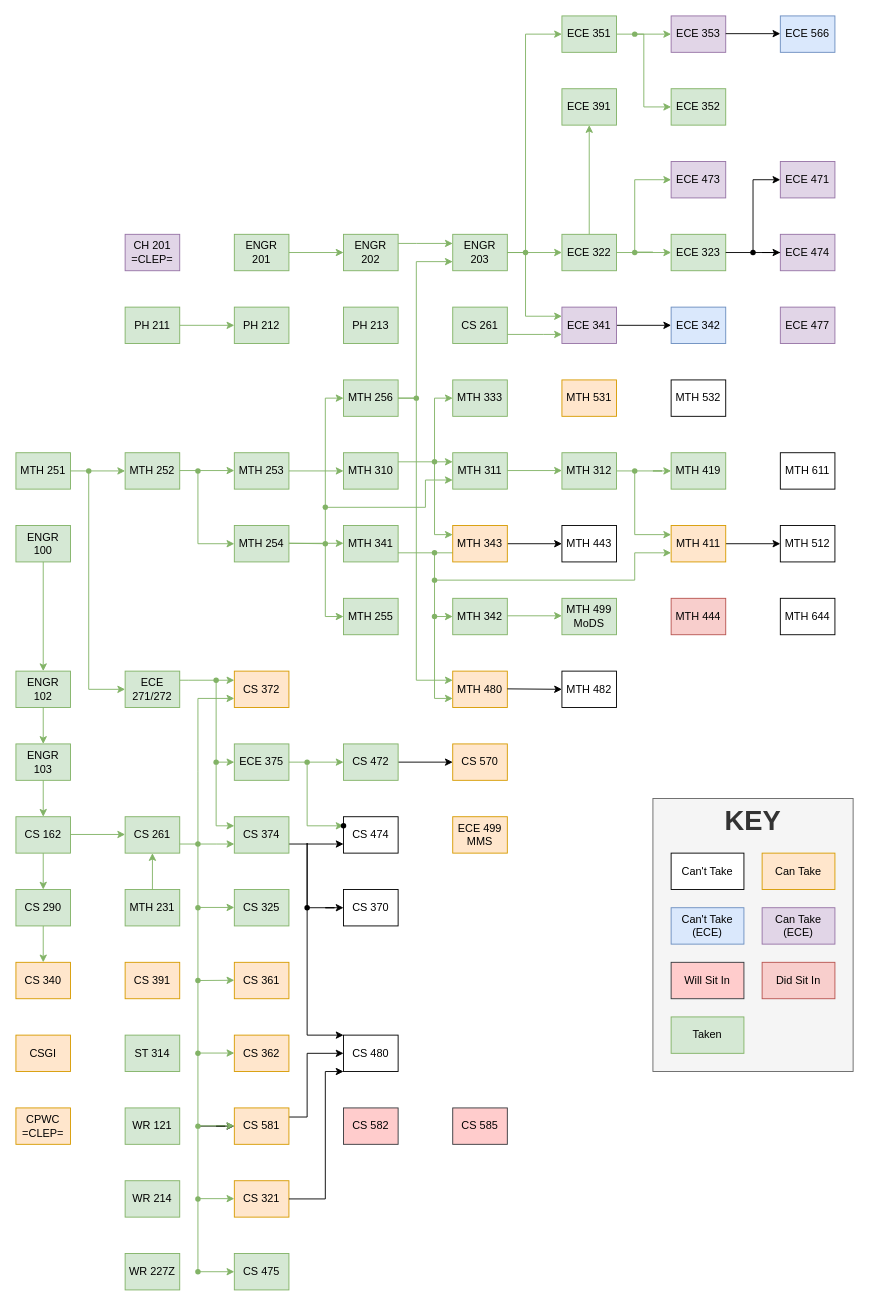
This is Classes.drawio from Jonas-Carew/Class-Flowchart, a draw.io file, before an edit. Source tidied: cells renumbered, new cells numbered last; positions are measured from the earlier drawing's top-left corner, leaving out a move shared by most shapes. Both pictures are drawn from the tidied source at 91%, with x=0, y=0 at pixel (15, 15).
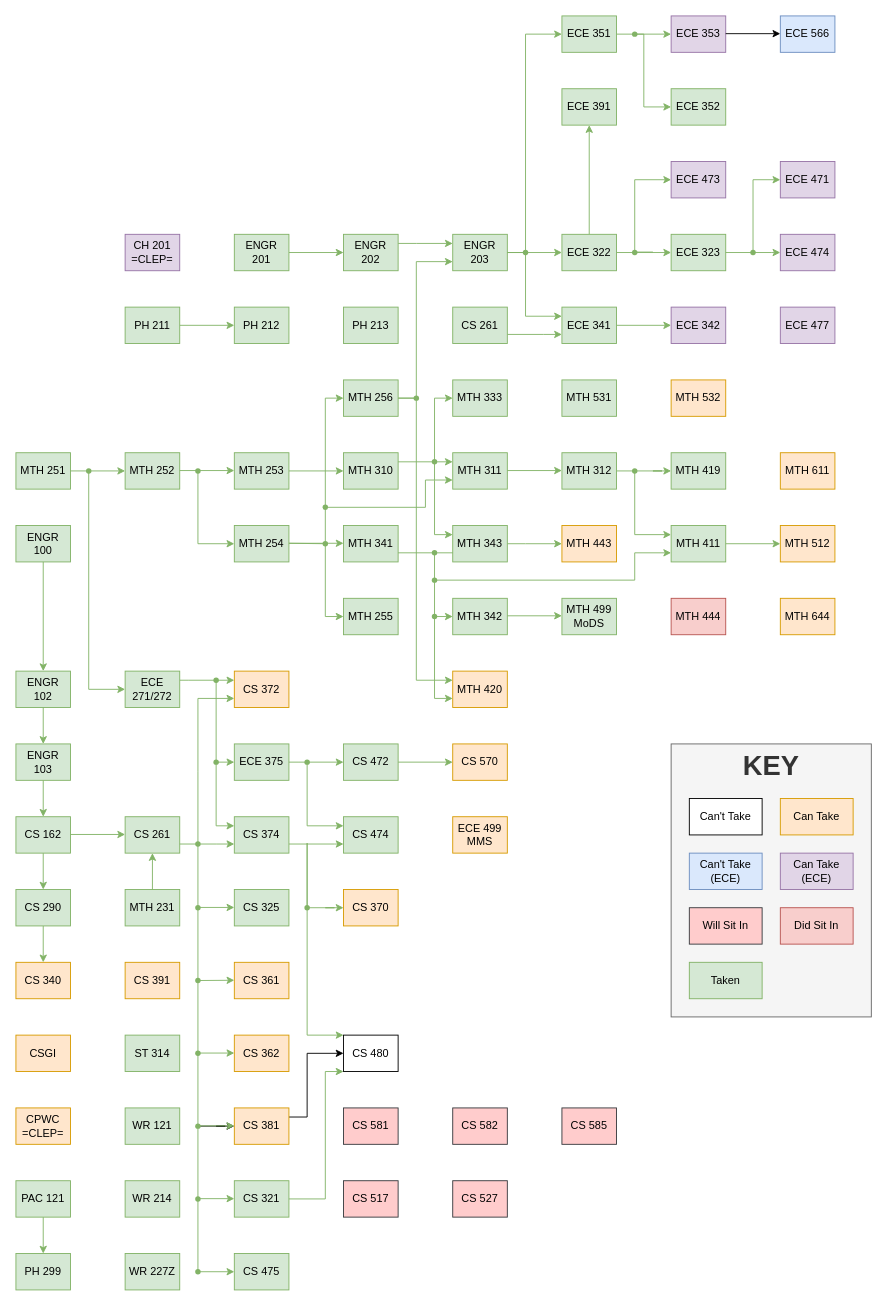
The same page after the edit.

Unchanged cells that the change refers to:
```xml
<mxCell id="48" value="&lt;div&gt;CS 374&lt;/div&gt;" style="rounded=0;whiteSpace=wrap;html=1;fillColor=#d5e8d4;strokeColor=#82b366;" parent="1" vertex="1">
  <mxGeometry x="240" y="880" width="60" height="40" as="geometry" />
</mxCell>
<mxCell id="64" value="CS 472" style="whiteSpace=wrap;html=1;rounded=0;fillColor=#d5e8d4;strokeColor=#82b366;" parent="1" vertex="1">
  <mxGeometry x="360" y="800" width="60" height="40" as="geometry" />
</mxCell>
<mxCell id="66" value="&lt;div&gt;CS 480&lt;/div&gt;" style="rounded=0;whiteSpace=wrap;html=1;" parent="1" vertex="1">
  <mxGeometry x="360" y="1120" width="60" height="40" as="geometry" />
</mxCell>
<mxCell id="89" value="ECE 323" style="rounded=0;whiteSpace=wrap;html=1;fillColor=#d5e8d4;strokeColor=#82b366;" parent="1" vertex="1">
  <mxGeometry x="720" y="240" width="60" height="40" as="geometry" />
</mxCell>
<mxCell id="105" value="ECE 474" style="rounded=0;whiteSpace=wrap;html=1;fillColor=#e1d5e7;strokeColor=#9673a6;" parent="1" vertex="1">
  <mxGeometry x="840" y="240" width="60" height="40" as="geometry" />
</mxCell>
<mxCell id="119" style="shape=waypoint;sketch=0;fillStyle=solid;size=6;points=[];perimeter=centerPerimeter;snapToPoint=1;strokeColor=#82B366;" parent="1" vertex="1">
  <mxGeometry x="310" y="810" width="20" height="20" as="geometry" />
</mxCell>
<mxCell id="154" value="CS 570" style="whiteSpace=wrap;html=1;rounded=0;fillColor=#ffe6cc;strokeColor=#d79b00;" parent="1" vertex="1">
  <mxGeometry x="480" y="800" width="60" height="40" as="geometry" />
</mxCell>
<mxCell id="159" value="ECE 471" style="rounded=0;whiteSpace=wrap;html=1;fillColor=#E1D5E7;strokeColor=#9673A6;" parent="1" vertex="1">
  <mxGeometry x="840" y="160" width="60" height="40" as="geometry" />
</mxCell>
```

Diff of the diagram source:
```diff
@@
-    <mxCell id="47" style="edgeStyle=orthogonalEdgeStyle;rounded=0;jettySize=auto;html=1;" parent="1" edge="1" source="48" target="52">
+    <mxCell id="47" style="edgeStyle=orthogonalEdgeStyle;rounded=0;jettySize=auto;html=1;fillColor=#d5e8d4;strokeColor=#82b366;" parent="1" edge="1" source="48" target="52">
       <mxGeometry relative="1" as="geometry">
         <Array as="points">
           <mxPoint x="350" y="910" />
           <mxPoint x="350" y="910" />
         </Array>
       </mxGeometry>
     </mxCell>
@@
-    <mxCell id="52" value="CS 474" style="whiteSpace=wrap;html=1;rounded=0;" parent="1" vertex="1">
+    <mxCell id="52" value="CS 474" style="whiteSpace=wrap;html=1;rounded=0;fillColor=#d5e8d4;strokeColor=#82b366;" parent="1" vertex="1">
       <mxGeometry x="360" y="880" width="60" height="40" as="geometry" />
     </mxCell>
@@
-    <mxCell id="57" value="&lt;div&gt;CS 581&lt;/div&gt;" style="rounded=0;whiteSpace=wrap;html=1;fillColor=#ffe6cc;strokeColor=#d79b00;" parent="1" vertex="1">
+    <mxCell id="57" value="&lt;div&gt;CS 381&lt;/div&gt;" style="rounded=0;whiteSpace=wrap;html=1;fillColor=#ffe6cc;strokeColor=#d79b00;" parent="1" vertex="1">
       <mxGeometry x="240" y="1200" width="60" height="40" as="geometry" />
     </mxCell>
@@
-    <mxCell id="61" value="&lt;div&gt;CS 321&lt;/div&gt;" style="rounded=0;whiteSpace=wrap;html=1;fillColor=#ffe6cc;strokeColor=#d79b00;" parent="1" vertex="1">
+    <mxCell id="61" value="&lt;div&gt;CS 321&lt;/div&gt;" style="rounded=0;whiteSpace=wrap;html=1;fillColor=#d5e8d4;strokeColor=#82b366;" parent="1" vertex="1">
       <mxGeometry x="240" y="1280" width="60" height="40" as="geometry" />
     </mxCell>
-    <mxCell id="62" value="CS 370" style="whiteSpace=wrap;html=1;rounded=0;" parent="1" vertex="1">
+    <mxCell id="62" value="CS 370" style="whiteSpace=wrap;html=1;rounded=0;fillColor=#ffe6cc;strokeColor=#d79b00;" parent="1" vertex="1">
       <mxGeometry x="360" y="960" width="60" height="40" as="geometry" />
     </mxCell>
-    <mxCell id="63" style="edgeStyle=orthogonalEdgeStyle;rounded=0;jettySize=auto;html=1;" parent="1" edge="1" source="64" target="154">
+    <mxCell id="63" style="edgeStyle=orthogonalEdgeStyle;rounded=0;jettySize=auto;html=1;fillColor=#d5e8d4;strokeColor=#82b366;" parent="1" edge="1" source="64" target="154">
       <mxGeometry relative="1" as="geometry" />
     </mxCell>
@@
-    <mxCell id="67" style="edgeStyle=orthogonalEdgeStyle;rounded=0;jettySize=auto;html=1;exitX=1;exitY=0.5;exitDx=0;exitDy=0;" parent="1" edge="1" source="61">
+    <mxCell id="67" style="edgeStyle=orthogonalEdgeStyle;rounded=0;jettySize=auto;html=1;exitX=1;exitY=0.5;exitDx=0;exitDy=0;fillColor=#d5e8d4;strokeColor=#82b366;" parent="1" edge="1" source="61">
       <mxGeometry relative="1" as="geometry">
         <mxPoint x="360" y="1160" as="targetPoint" />
         <Array as="points">
           <mxPoint x="340" y="1300" />
           <mxPoint x="340" y="1160" />
           <mxPoint x="360" y="1160" />
         </Array>
       </mxGeometry>
     </mxCell>
-    <mxCell id="68" style="edgeStyle=orthogonalEdgeStyle;rounded=0;jettySize=auto;html=1;entryX=0;entryY=0;entryDx=0;entryDy=0;" parent="1" edge="1" source="136" target="66">
+    <mxCell id="68" style="edgeStyle=orthogonalEdgeStyle;rounded=0;jettySize=auto;html=1;entryX=0;entryY=0;entryDx=0;entryDy=0;fillColor=#d5e8d4;strokeColor=#82b366;" parent="1" edge="1" source="136" target="66">
       <mxGeometry relative="1" as="geometry">
         <Array as="points">
           <mxPoint x="320" y="909" />
           <mxPoint x="320" y="1200" />
         </Array>
       </mxGeometry>
     </mxCell>
-    <mxCell id="69" style="edgeStyle=orthogonalEdgeStyle;rounded=0;jettySize=auto;html=1;" parent="1" edge="1" source="70" target="150">
+    <mxCell id="69" style="edgeStyle=orthogonalEdgeStyle;rounded=0;jettySize=auto;html=1;fillColor=#d5e8d4;strokeColor=#82b366;" parent="1" edge="1" source="70" target="150">
       <mxGeometry relative="1" as="geometry" />
     </mxCell>
-    <mxCell id="70" value="&lt;div&gt;MTH 411&lt;br&gt;&lt;/div&gt;" style="rounded=0;whiteSpace=wrap;html=1;fillColor=#FFE6CC;strokeColor=#D79B00;" parent="1" vertex="1">
+    <mxCell id="70" value="&lt;div&gt;MTH 411&lt;br&gt;&lt;/div&gt;" style="rounded=0;whiteSpace=wrap;html=1;fillColor=#d5e8d4;strokeColor=#82b366;" parent="1" vertex="1">
       <mxGeometry x="720" y="560" width="60" height="40" as="geometry" />
     </mxCell>
@@
-    <mxCell id="74" value="MTH 480" style="rounded=0;whiteSpace=wrap;html=1;fillColor=#ffe6cc;strokeColor=#d79b00;" parent="1" vertex="1">
+    <mxCell id="74" value="MTH 420" style="rounded=0;whiteSpace=wrap;html=1;fillColor=#ffe6cc;strokeColor=#d79b00;" parent="1" vertex="1">
       <mxGeometry x="480" y="720" width="60" height="40" as="geometry" />
     </mxCell>
@@
-    <mxCell id="88" style="edgeStyle=orthogonalEdgeStyle;rounded=0;jettySize=auto;html=1;" parent="1" edge="1" source="139" target="105">
-      <mxGeometry relative="1" as="geometry" />
+    <mxCell id="88" style="edgeStyle=orthogonalEdgeStyle;rounded=0;jettySize=auto;html=1;fillColor=#d5e8d4;strokeColor=#82b366;" parent="1" edge="1" source="139" target="105">
+      <mxGeometry relative="1" as="geometry">
+        <Array as="points">
+          <mxPoint x="830" y="260" />
+          <mxPoint x="830" y="260" />
+        </Array>
+      </mxGeometry>
     </mxCell>
@@
-    <mxCell id="90" style="edgeStyle=orthogonalEdgeStyle;rounded=0;jettySize=auto;html=1;" parent="1" edge="1" source="91" target="92">
+    <mxCell id="90" style="edgeStyle=orthogonalEdgeStyle;rounded=0;jettySize=auto;html=1;fillColor=#d5e8d4;strokeColor=#82b366;" parent="1" edge="1" source="91" target="92">
       <mxGeometry relative="1" as="geometry" />
     </mxCell>
-    <mxCell id="91" value="ECE 341" style="rounded=0;whiteSpace=wrap;html=1;fillColor=#e1d5e7;strokeColor=#9673a6;" parent="1" vertex="1">
+    <mxCell id="91" value="ECE 341" style="rounded=0;whiteSpace=wrap;html=1;fillColor=#d5e8d4;strokeColor=#82b366;" parent="1" vertex="1">
       <mxGeometry x="600" y="320" width="60" height="40" as="geometry" />
     </mxCell>
-    <mxCell id="92" value="ECE 342" style="rounded=0;whiteSpace=wrap;html=1;fillColor=#dae8fc;strokeColor=#6c8ebf;" parent="1" vertex="1">
+    <mxCell id="92" value="ECE 342" style="rounded=0;whiteSpace=wrap;html=1;fillColor=#e1d5e7;strokeColor=#9673a6;" parent="1" vertex="1">
       <mxGeometry x="720" y="320" width="60" height="40" as="geometry" />
     </mxCell>
@@
-    <mxCell id="118" style="edgeStyle=orthogonalEdgeStyle;rounded=0;jettySize=auto;html=1;fillColor=#d5e8d4;strokeColor=#82b366;" parent="1" edge="1" source="119" target="134">
+    <mxCell id="118" style="edgeStyle=orthogonalEdgeStyle;rounded=0;jettySize=auto;html=1;fillColor=#d5e8d4;strokeColor=#82b366;" parent="1" edge="1" source="119">
       <mxGeometry relative="1" as="geometry">
+        <mxPoint x="360" y="890" as="targetPoint" />
         <Array as="points">
           <mxPoint x="320" y="890" />
         </Array>
       </mxGeometry>
     </mxCell>
@@
-    <mxCell id="134" style="shape=waypoint;sketch=0;fillStyle=solid;size=6;points=[];perimeter=centerPerimeter;snapToPoint=1;" parent="1" vertex="1">
-      <mxGeometry x="350" y="880" width="20" height="20" as="geometry" />
-    </mxCell>
-    <mxCell id="135" style="edgeStyle=orthogonalEdgeStyle;rounded=0;jettySize=auto;html=1;" parent="1" edge="1" source="136" target="62">
+    <mxCell id="135" style="edgeStyle=orthogonalEdgeStyle;rounded=0;jettySize=auto;html=1;fillColor=#d5e8d4;strokeColor=#82b366;" parent="1" edge="1" source="136" target="62">
       <mxGeometry relative="1" as="geometry" />
     </mxCell>
-    <mxCell id="136" style="shape=waypoint;sketch=0;fillStyle=solid;size=6;points=[];perimeter=centerPerimeter;snapToPoint=1;" parent="1" vertex="1">
+    <mxCell id="136" style="shape=waypoint;sketch=0;fillStyle=solid;size=6;points=[];perimeter=centerPerimeter;snapToPoint=1;fillColor=#d5e8d4;strokeColor=#82b366;" parent="1" vertex="1">
       <mxGeometry x="310" y="970" width="20" height="20" as="geometry" />
     </mxCell>
@@
-    <mxCell id="139" style="shape=waypoint;sketch=0;fillStyle=solid;size=6;points=[];fillColor=none;perimeter=centerPerimeter;snapToPoint=1;" parent="1" vertex="1">
+    <mxCell id="139" style="shape=waypoint;sketch=0;fillStyle=solid;size=6;points=[];fillColor=#d5e8d4;perimeter=centerPerimeter;snapToPoint=1;strokeColor=#82b366;" parent="1" vertex="1">
       <mxGeometry x="800" y="250" width="20" height="20" as="geometry" />
     </mxCell>
@@
-    <mxCell id="141" style="edgeStyle=orthogonalEdgeStyle;rounded=0;jettySize=auto;html=1;exitX=1;exitY=0.5;exitDx=0;exitDy=0;entryX=0;entryY=0.5;entryDx=0;entryDy=0;" parent="1" edge="1" source="142" target="147">
-      <mxGeometry relative="1" as="geometry" />
+    <mxCell id="141" style="edgeStyle=orthogonalEdgeStyle;rounded=0;jettySize=auto;html=1;exitX=1;exitY=0.5;exitDx=0;exitDy=0;entryX=0;entryY=0.5;entryDx=0;entryDy=0;fillColor=#d5e8d4;strokeColor=#82b366;" parent="1" edge="1" source="142" target="147">
+      <mxGeometry relative="1" as="geometry">
+        <Array as="points">
+          <mxPoint x="560" y="580" />
+          <mxPoint x="560" y="580" />
+        </Array>
+      </mxGeometry>
     </mxCell>
-    <mxCell id="142" value="&lt;div&gt;MTH 343&lt;/div&gt;" style="rounded=0;whiteSpace=wrap;html=1;fillColor=#ffe6cc;strokeColor=#d79b00;" parent="1" vertex="1">
+    <mxCell id="142" value="&lt;div&gt;MTH 343&lt;/div&gt;" style="rounded=0;whiteSpace=wrap;html=1;fillColor=#d5e8d4;strokeColor=#82b366;" parent="1" vertex="1">
       <mxGeometry x="480" y="560" width="60" height="40" as="geometry" />
     </mxCell>
@@
-    <mxCell id="145" value="&lt;div&gt;MTH 482&lt;/div&gt;" style="rounded=0;whiteSpace=wrap;html=1;" parent="1" vertex="1">
-      <mxGeometry x="600" y="720" width="60" height="40" as="geometry" />
-    </mxCell>
-    <mxCell id="146" style="edgeStyle=orthogonalEdgeStyle;rounded=0;jettySize=auto;html=1;entryX=0;entryY=0.5;entryDx=0;entryDy=0;" parent="1" edge="1" target="145">
-      <mxGeometry relative="1" as="geometry">
-        <mxPoint x="540" y="739.5" as="sourcePoint" />
-      </mxGeometry>
-    </mxCell>
-    <mxCell id="147" value="&lt;div&gt;MTH 443&lt;/div&gt;" style="rounded=0;whiteSpace=wrap;html=1;" parent="1" vertex="1">
+    <mxCell id="147" value="&lt;div&gt;MTH 443&lt;/div&gt;" style="rounded=0;whiteSpace=wrap;html=1;fillColor=#ffe6cc;strokeColor=#d79b00;" parent="1" vertex="1">
       <mxGeometry x="600" y="560" width="60" height="40" as="geometry" />
     </mxCell>
@@
-    <mxCell id="150" value="&lt;div&gt;MTH 512&lt;br&gt;&lt;/div&gt;" style="rounded=0;whiteSpace=wrap;html=1;" parent="1" vertex="1">
+    <mxCell id="150" value="&lt;div&gt;MTH 512&lt;br&gt;&lt;/div&gt;" style="rounded=0;whiteSpace=wrap;html=1;fillColor=#ffe6cc;strokeColor=#d79b00;" parent="1" vertex="1">
       <mxGeometry x="840" y="560" width="60" height="40" as="geometry" />
     </mxCell>
@@
-    <mxCell id="152" value="&lt;div&gt;MTH 531&lt;br&gt;&lt;/div&gt;" style="rounded=0;whiteSpace=wrap;html=1;fillColor=#ffe6cc;strokeColor=#d79b00;" parent="1" vertex="1">
+    <mxCell id="152" value="&lt;div&gt;MTH 531&lt;br&gt;&lt;/div&gt;" style="rounded=0;whiteSpace=wrap;html=1;fillColor=#d5e8d4;strokeColor=#82b366;" parent="1" vertex="1">
       <mxGeometry x="600" y="400" width="60" height="40" as="geometry" />
     </mxCell>
-    <mxCell id="153" value="&lt;div&gt;MTH 532&lt;br&gt;&lt;/div&gt;" style="rounded=0;whiteSpace=wrap;html=1;" parent="1" vertex="1">
+    <mxCell id="153" value="&lt;div&gt;MTH 532&lt;br&gt;&lt;/div&gt;" style="rounded=0;whiteSpace=wrap;html=1;fillColor=#ffe6cc;strokeColor=#d79b00;" parent="1" vertex="1">
       <mxGeometry x="720" y="400" width="60" height="40" as="geometry" />
     </mxCell>
@@
-    <mxCell id="155" value="&lt;div&gt;MTH 611&lt;br&gt;&lt;/div&gt;" style="rounded=0;whiteSpace=wrap;html=1;" parent="1" vertex="1">
+    <mxCell id="155" value="&lt;div&gt;MTH 611&lt;br&gt;&lt;/div&gt;" style="rounded=0;whiteSpace=wrap;html=1;fillColor=#ffe6cc;strokeColor=#d79b00;" parent="1" vertex="1">
       <mxGeometry x="840" y="480" width="60" height="40" as="geometry" />
     </mxCell>
@@
-    <mxCell id="158" style="edgeStyle=orthogonalEdgeStyle;rounded=0;jettySize=auto;html=1;exitX=1;exitY=0.5;exitDx=0;exitDy=0;entryX=0;entryY=0.5;entryDx=0;entryDy=0;" parent="1" edge="1" source="89" target="159">
+    <mxCell id="158" style="edgeStyle=orthogonalEdgeStyle;rounded=0;jettySize=auto;html=1;exitX=1;exitY=0.5;exitDx=0;exitDy=0;entryX=0;entryY=0.5;entryDx=0;entryDy=0;fillColor=#d5e8d4;strokeColor=#82b366;" parent="1" edge="1" source="89" target="159">
       <mxGeometry relative="1" as="geometry">
         <Array as="points">
           <mxPoint x="810" y="260" />
           <mxPoint x="810" y="180" />
         </Array>
       </mxGeometry>
     </mxCell>
@@
-    <mxCell id="162" value="&lt;div&gt;MTH 644&lt;/div&gt;" style="rounded=0;whiteSpace=wrap;html=1;" parent="1" vertex="1">
+    <mxCell id="162" value="&lt;div&gt;MTH 644&lt;/div&gt;" style="rounded=0;whiteSpace=wrap;html=1;fillColor=#ffe6cc;strokeColor=#d79b00;" parent="1" vertex="1">
       <mxGeometry x="840" y="640" width="60" height="40" as="geometry" />
     </mxCell>
@@
     <mxCell id="164" value="&lt;div&gt;CS 582&lt;/div&gt;" style="rounded=0;whiteSpace=wrap;html=1;fillColor=#ffcccc;strokeColor=#36393d;" parent="1" vertex="1">
-      <mxGeometry x="360" y="1200" width="60" height="40" as="geometry" />
+      <mxGeometry x="480" y="1200" width="60" height="40" as="geometry" />
     </mxCell>
     <mxCell id="165" value="&lt;div&gt;CS 585&lt;/div&gt;" style="rounded=0;whiteSpace=wrap;html=1;fillColor=#ffcccc;strokeColor=#36393d;" parent="1" vertex="1">
-      <mxGeometry x="480" y="1200" width="60" height="40" as="geometry" />
+      <mxGeometry x="600" y="1200" width="60" height="40" as="geometry" />
     </mxCell>
     <mxCell id="166" style="group;" parent="1" vertex="1">
-      <mxGeometry x="700" y="860" width="220" height="300" as="geometry" />
+      <mxGeometry x="720" y="800" width="220" height="300" as="geometry" />
     </mxCell>
@@
+    <mxCell id="186" value="&lt;div&gt;CS 581&lt;/div&gt;" style="rounded=0;whiteSpace=wrap;html=1;fillColor=#ffcccc;strokeColor=#36393d;" parent="1" vertex="1">
+      <mxGeometry x="360" y="1200" width="60" height="40" as="geometry" />
+    </mxCell>
+    <mxCell id="187" style="edgeStyle=orthogonalEdgeStyle;rounded=0;jettySize=auto;html=1;fillColor=#d5e8d4;strokeColor=#82b366;" parent="1" edge="1" source="188" target="189">
+      <mxGeometry relative="1" as="geometry" />
+    </mxCell>
+    <mxCell id="188" value="&lt;div&gt;PAC 121&lt;/div&gt;" style="rounded=0;whiteSpace=wrap;html=1;fillColor=#d5e8d4;strokeColor=#82b366;" parent="1" vertex="1">
+      <mxGeometry y="1280" width="60" height="40" as="geometry" />
+    </mxCell>
+    <mxCell id="189" value="&lt;div&gt;PH 299&lt;/div&gt;" style="rounded=0;whiteSpace=wrap;html=1;fillColor=#d5e8d4;strokeColor=#82b366;" parent="1" vertex="1">
+      <mxGeometry y="1360" width="60" height="40" as="geometry" />
+    </mxCell>
+    <mxCell id="190" value="&lt;div&gt;CS 517&lt;/div&gt;" style="rounded=0;whiteSpace=wrap;html=1;fillColor=#ffcccc;strokeColor=#36393d;" parent="1" vertex="1">
+      <mxGeometry x="360" y="1280" width="60" height="40" as="geometry" />
+    </mxCell>
+    <mxCell id="191" value="&lt;div&gt;CS 527&lt;/div&gt;" style="rounded=0;whiteSpace=wrap;html=1;fillColor=#ffcccc;strokeColor=#36393d;" parent="1" vertex="1">
+      <mxGeometry x="480" y="1280" width="60" height="40" as="geometry" />
+    </mxCell>
```
